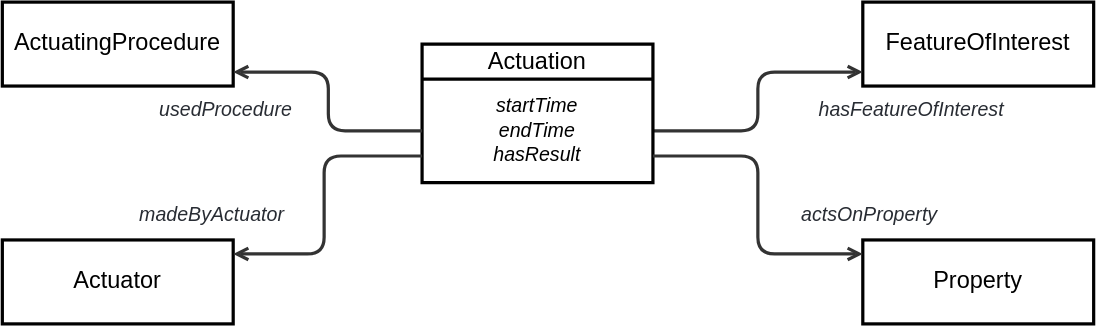
Above: ssn/images/Actuation-overview.svg in afeliachi/sdw-sosa-ssn (draw.io), before the change. Source tidied: cells renumbered, new cells last; positions are measured from the earlier drawing's top-left corner, leaving out a move shared by most shapes. Source of this version:
```xml
<mxGraphModel>
  <root>
    <mxCell id="0" />
    <mxCell id="1" parent="0" />
    <mxCell id="2" value="FeatureOfInterest" style="html=1;overflow=block;blockSpacing=1;whiteSpace=wrap;fontSize=16.8;align=center;spacing=0;strokeOpacity=100;fillColor=none;strokeWidth=2.3;" parent="1" vertex="1">
      <mxGeometry x="615" width="165" height="60" as="geometry" />
    </mxCell>
    <mxCell id="3" value="ActuatingProcedure" style="html=1;overflow=block;blockSpacing=1;whiteSpace=wrap;fontSize=16.8;align=center;spacing=0;strokeOpacity=100;fillColor=none;strokeWidth=2.3;" parent="1" vertex="1">
      <mxGeometry width="165" height="60" as="geometry" />
    </mxCell>
    <mxCell id="4" style="html=1;jettySize=18;whiteSpace=wrap;fontSize=13;strokeColor=#333333;strokeOpacity=100;strokeWidth=2.3;rounded=1;arcSize=24;edgeStyle=orthogonalEdgeStyle;startArrow=none;endArrow=open;lucidId=~07gIvk_i6wY;" parent="1" edge="1" source="7" target="2">
      <mxGeometry relative="1" as="geometry">
        <Array as="points">
          <mxPoint x="540" y="92" />
          <mxPoint x="540" y="50" />
        </Array>
      </mxGeometry>
    </mxCell>
    <mxCell id="5" value="&lt;font style=&quot;font-size: 14px;&quot;&gt;hasFeatureOfInterest&lt;/font&gt;" style="html=1;overflow=block;blockSpacing=1;whiteSpace=wrap;fontSize=15.2;fontColor=#282c33;fontStyle=2;align=center;spacing=0;strokeColor=none;strokeOpacity=100;fillOpacity=100;fillColor=none;strokeWidth=2.3;lucidId=o17gQQJ62XIS;" parent="1" vertex="1">
      <mxGeometry x="560" y="54" width="180" height="45" as="geometry" />
    </mxCell>
    <mxCell id="6" value="Actuation" style="html=1;overflow=block;blockSpacing=1;swimlane;horizontal=1;fontStyle=0;swimlaneFillColor=none;startSize=25;whiteSpace=wrap;fontSize=16.8;align=center;spacing=0;strokeOpacity=100;fillColor=none;strokeWidth=2.3;" parent="1" vertex="1">
      <mxGeometry x="300" y="30" width="165" height="99" as="geometry" />
    </mxCell>
    <mxCell id="7" value="&lt;div style=&quot;display: flex; justify-content: center; text-align: center; align-items: baseline; line-height: 1.25; margin-top: -2px;&quot;&gt;&lt;span style=&quot;font-style: italic;&quot;&gt;&lt;font style=&quot;font-size: 14px;&quot;&gt;startTime&lt;br&gt;&lt;/font&gt;&lt;/span&gt;&lt;/div&gt;&lt;div style=&quot;display: flex; justify-content: center; text-align: center; align-items: baseline; line-height: 1.25; margin-top: -2px;&quot;&gt;&lt;span&gt;&lt;span style=&quot;font-style: italic;&quot;&gt;&lt;font style=&quot;font-size: 14px;&quot;&gt;endTime&lt;br&gt;&lt;/font&gt;&lt;/span&gt;&lt;/span&gt;&lt;/div&gt;&lt;div style=&quot;display: flex; justify-content: center; text-align: center; align-items: baseline; line-height: 1.25; margin-top: -2px;&quot;&gt;&lt;span style=&quot;font-style: italic;&quot;&gt;&lt;font style=&quot;font-size: 14px;&quot;&gt;hasResult&lt;/font&gt;&lt;/span&gt;&lt;/div&gt;" style="html=1;strokeColor=none;fillColor=none;verticalAlign=middle;spacingLeft=4;spacingRight=4;overflow=hidden;points=[[0,0.5],[1,0.5]];portConstraint=eastwest;swimlaneFillColor=#unset;strokeOpacity=100;whiteSpace=wrap;fontSize=15.2;fontStyle=2;align=center;" parent="6" vertex="1">
      <mxGeometry y="25" width="165" height="74" as="geometry" />
    </mxCell>
    <mxCell id="8" value="Actuator" style="html=1;overflow=block;blockSpacing=1;whiteSpace=wrap;fontSize=16.8;align=center;spacing=0;strokeOpacity=100;fillColor=none;strokeWidth=2.3;" parent="1" vertex="1">
      <mxGeometry y="170" width="165" height="60" as="geometry" />
    </mxCell>
    <mxCell id="9" style="html=1;jettySize=18;whiteSpace=wrap;fontSize=13;strokeColor=#333333;strokeOpacity=100;strokeWidth=2.3;rounded=1;arcSize=24;edgeStyle=orthogonalEdgeStyle;startArrow=none;endArrow=open;lucidId=pEnhoM4dJrAu;" parent="1" edge="1" source="7" target="8">
      <mxGeometry relative="1" as="geometry">
        <Array as="points">
          <mxPoint x="230" y="110" />
          <mxPoint x="230" y="180" />
        </Array>
      </mxGeometry>
    </mxCell>
    <mxCell id="10" value="&lt;font style=&quot;font-size: 14px;&quot;&gt;madeByActuator&lt;/font&gt;" style="html=1;overflow=block;blockSpacing=1;whiteSpace=wrap;fontSize=15.2;fontColor=#282c33;fontStyle=2;align=center;spacing=0;strokeColor=none;strokeOpacity=100;fillOpacity=100;fillColor=none;strokeWidth=2.3;lucidId=REnh4P5LXUKC;" parent="1" vertex="1">
      <mxGeometry x="60" y="129" width="180" height="45" as="geometry" />
    </mxCell>
    <mxCell id="11" style="html=1;jettySize=18;whiteSpace=wrap;fontSize=13;strokeColor=#333333;strokeOpacity=100;strokeWidth=2.3;rounded=1;arcSize=24;edgeStyle=orthogonalEdgeStyle;startArrow=none;endArrow=open;lucidId=_EnhHLSaz8x5;" parent="1" edge="1" source="7" target="3">
      <mxGeometry relative="1" as="geometry">
        <Array as="points">
          <mxPoint x="233" y="92" />
          <mxPoint x="233" y="50" />
        </Array>
      </mxGeometry>
    </mxCell>
    <mxCell id="12" value="&lt;font style=&quot;font-size: 14px;&quot;&gt;usedProcedure&lt;/font&gt;" style="html=1;overflow=block;blockSpacing=1;whiteSpace=wrap;fontSize=15.2;fontColor=#282c33;fontStyle=2;align=center;spacing=0;strokeColor=none;strokeOpacity=100;fillOpacity=100;fillColor=none;strokeWidth=2.3;lucidId=pFnhXCzcV6r5;" parent="1" vertex="1">
      <mxGeometry x="70" y="54" width="180" height="45" as="geometry" />
    </mxCell>
    <mxCell id="13" value="Property" style="html=1;overflow=block;blockSpacing=1;whiteSpace=wrap;fontSize=16.8;align=center;spacing=0;strokeOpacity=100;fillColor=none;strokeWidth=2.3;" parent="1" vertex="1">
      <mxGeometry x="615" y="170" width="165" height="60" as="geometry" />
    </mxCell>
    <mxCell id="14" style="html=1;jettySize=18;whiteSpace=wrap;fontSize=13;strokeColor=#333333;strokeOpacity=100;strokeWidth=2.3;rounded=1;arcSize=24;edgeStyle=orthogonalEdgeStyle;startArrow=none;endArrow=open;lucidId=rHnhzhYCxNac;" parent="1" edge="1" source="7" target="13">
      <mxGeometry relative="1" as="geometry">
        <Array as="points">
          <mxPoint x="540" y="110" />
          <mxPoint x="540" y="180" />
        </Array>
      </mxGeometry>
    </mxCell>
    <mxCell id="15" value="&lt;font style=&quot;font-size: 14px;&quot;&gt;actsOnProperty&lt;/font&gt;" style="html=1;overflow=block;blockSpacing=1;whiteSpace=wrap;fontSize=15.2;fontColor=#282c33;fontStyle=2;align=center;spacing=0;strokeColor=none;strokeOpacity=100;fillOpacity=100;fillColor=none;strokeWidth=2.3;lucidId=uHnhI1piTKAt;" parent="1" vertex="1">
      <mxGeometry x="530" y="129" width="180" height="45" as="geometry" />
    </mxCell>
  </root>
</mxGraphModel>
```
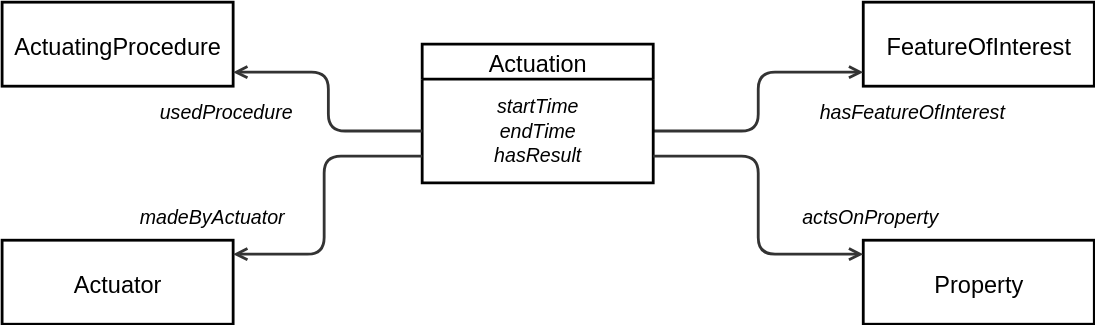
After the commit.

Diff of the diagram source:
```diff
@@ -2,13 +2,13 @@
   <root>
     <mxCell id="0" />
     <mxCell id="1" parent="0" />
-    <mxCell id="2" value="FeatureOfInterest" style="html=1;overflow=block;blockSpacing=1;whiteSpace=wrap;fontSize=16.8;align=center;spacing=0;strokeOpacity=100;fillColor=none;strokeWidth=2.3;" parent="1" vertex="1">
+    <mxCell id="2" value="FeatureOfInterest" style="html=1;overflow=block;blockSpacing=1;whiteSpace=wrap;fontSize=16.8;align=center;spacing=0;strokeOpacity=100;fillColor=none;strokeWidth=2;fontColor=default;convertToSvg=1;" parent="1" vertex="1">
       <mxGeometry x="615" width="165" height="60" as="geometry" />
     </mxCell>
-    <mxCell id="3" value="ActuatingProcedure" style="html=1;overflow=block;blockSpacing=1;whiteSpace=wrap;fontSize=16.8;align=center;spacing=0;strokeOpacity=100;fillColor=none;strokeWidth=2.3;" parent="1" vertex="1">
+    <mxCell id="3" value="ActuatingProcedure" style="html=1;overflow=block;blockSpacing=1;whiteSpace=wrap;fontSize=16.8;align=center;spacing=0;strokeOpacity=100;fillColor=none;strokeWidth=2;fontColor=default;convertToSvg=1;" parent="1" vertex="1">
       <mxGeometry width="165" height="60" as="geometry" />
     </mxCell>
-    <mxCell id="4" style="html=1;jettySize=18;whiteSpace=wrap;fontSize=13;strokeColor=#333333;strokeOpacity=100;strokeWidth=2.3;rounded=1;arcSize=24;edgeStyle=orthogonalEdgeStyle;startArrow=none;endArrow=open;lucidId=~07gIvk_i6wY;" parent="1" edge="1" source="7" target="2">
+    <mxCell id="4" style="html=1;jettySize=18;whiteSpace=wrap;fontSize=13;strokeColor=#333333;strokeOpacity=100;strokeWidth=2;rounded=1;arcSize=24;edgeStyle=orthogonalEdgeStyle;startArrow=none;endArrow=open;lucidId=~07gIvk_i6wY;fontColor=default;convertToSvg=1;" parent="1" edge="1" source="7" target="2">
       <mxGeometry relative="1" as="geometry">
         <Array as="points">
           <mxPoint x="540" y="92" />
@@ -16,19 +16,19 @@
         </Array>
       </mxGeometry>
     </mxCell>
-    <mxCell id="5" value="&lt;font style=&quot;font-size: 14px;&quot;&gt;hasFeatureOfInterest&lt;/font&gt;" style="html=1;overflow=block;blockSpacing=1;whiteSpace=wrap;fontSize=15.2;fontColor=#282c33;fontStyle=2;align=center;spacing=0;strokeColor=none;strokeOpacity=100;fillOpacity=100;fillColor=none;strokeWidth=2.3;lucidId=o17gQQJ62XIS;" parent="1" vertex="1">
+    <mxCell id="5" value="&lt;font style=&quot;font-size: 14px;&quot;&gt;hasFeatureOfInterest&lt;/font&gt;" style="html=1;overflow=block;blockSpacing=1;whiteSpace=wrap;fontSize=15.2;fontColor=default;fontStyle=2;align=center;spacing=0;strokeColor=none;strokeOpacity=100;fillOpacity=100;fillColor=none;strokeWidth=2;lucidId=o17gQQJ62XIS;convertToSvg=1;" parent="1" vertex="1">
       <mxGeometry x="560" y="54" width="180" height="45" as="geometry" />
     </mxCell>
-    <mxCell id="6" value="Actuation" style="html=1;overflow=block;blockSpacing=1;swimlane;horizontal=1;fontStyle=0;swimlaneFillColor=none;startSize=25;whiteSpace=wrap;fontSize=16.8;align=center;spacing=0;strokeOpacity=100;fillColor=none;strokeWidth=2.3;" parent="1" vertex="1">
+    <mxCell id="6" value="Actuation" style="html=1;overflow=block;blockSpacing=1;swimlane;horizontal=1;fontStyle=0;swimlaneFillColor=none;startSize=25;whiteSpace=wrap;fontSize=16.8;align=center;spacing=0;strokeOpacity=100;fillColor=none;strokeWidth=2;fontColor=default;convertToSvg=1;" parent="1" vertex="1">
       <mxGeometry x="300" y="30" width="165" height="99" as="geometry" />
     </mxCell>
-    <mxCell id="7" value="&lt;div style=&quot;display: flex; justify-content: center; text-align: center; align-items: baseline; line-height: 1.25; margin-top: -2px;&quot;&gt;&lt;span style=&quot;font-style: italic;&quot;&gt;&lt;font style=&quot;font-size: 14px;&quot;&gt;startTime&lt;br&gt;&lt;/font&gt;&lt;/span&gt;&lt;/div&gt;&lt;div style=&quot;display: flex; justify-content: center; text-align: center; align-items: baseline; line-height: 1.25; margin-top: -2px;&quot;&gt;&lt;span&gt;&lt;span style=&quot;font-style: italic;&quot;&gt;&lt;font style=&quot;font-size: 14px;&quot;&gt;endTime&lt;br&gt;&lt;/font&gt;&lt;/span&gt;&lt;/span&gt;&lt;/div&gt;&lt;div style=&quot;display: flex; justify-content: center; text-align: center; align-items: baseline; line-height: 1.25; margin-top: -2px;&quot;&gt;&lt;span style=&quot;font-style: italic;&quot;&gt;&lt;font style=&quot;font-size: 14px;&quot;&gt;hasResult&lt;/font&gt;&lt;/span&gt;&lt;/div&gt;" style="html=1;strokeColor=none;fillColor=none;verticalAlign=middle;spacingLeft=4;spacingRight=4;overflow=hidden;points=[[0,0.5],[1,0.5]];portConstraint=eastwest;swimlaneFillColor=#unset;strokeOpacity=100;whiteSpace=wrap;fontSize=15.2;fontStyle=2;align=center;" parent="6" vertex="1">
+    <mxCell id="7" value="&lt;div style=&quot;display: flex; justify-content: center; text-align: center; align-items: baseline; line-height: 1.25; margin-top: -2px;&quot;&gt;&lt;span style=&quot;font-style: italic;&quot;&gt;&lt;font style=&quot;font-size: 14px;&quot;&gt;startTime&lt;br&gt;&lt;/font&gt;&lt;/span&gt;&lt;/div&gt;&lt;div style=&quot;display: flex; justify-content: center; text-align: center; align-items: baseline; line-height: 1.25; margin-top: -2px;&quot;&gt;&lt;span&gt;&lt;span style=&quot;font-style: italic;&quot;&gt;&lt;font style=&quot;font-size: 14px;&quot;&gt;endTime&lt;br&gt;&lt;/font&gt;&lt;/span&gt;&lt;/span&gt;&lt;/div&gt;&lt;div style=&quot;display: flex; justify-content: center; text-align: center; align-items: baseline; line-height: 1.25; margin-top: -2px;&quot;&gt;&lt;span style=&quot;font-style: italic;&quot;&gt;&lt;font style=&quot;font-size: 14px;&quot;&gt;hasResult&lt;/font&gt;&lt;/span&gt;&lt;/div&gt;" style="html=1;strokeColor=none;fillColor=none;verticalAlign=middle;spacingLeft=4;spacingRight=4;overflow=hidden;points=[[0,0.5],[1,0.5]];portConstraint=eastwest;swimlaneFillColor=#unset;strokeOpacity=100;whiteSpace=wrap;fontSize=15.2;fontStyle=2;align=center;fontColor=default;convertToSvg=1;strokeWidth=2;" parent="6" vertex="1">
       <mxGeometry y="25" width="165" height="74" as="geometry" />
     </mxCell>
-    <mxCell id="8" value="Actuator" style="html=1;overflow=block;blockSpacing=1;whiteSpace=wrap;fontSize=16.8;align=center;spacing=0;strokeOpacity=100;fillColor=none;strokeWidth=2.3;" parent="1" vertex="1">
+    <mxCell id="8" value="Actuator" style="html=1;overflow=block;blockSpacing=1;whiteSpace=wrap;fontSize=16.8;align=center;spacing=0;strokeOpacity=100;fillColor=none;strokeWidth=2;fontColor=default;convertToSvg=1;" parent="1" vertex="1">
       <mxGeometry y="170" width="165" height="60" as="geometry" />
     </mxCell>
-    <mxCell id="9" style="html=1;jettySize=18;whiteSpace=wrap;fontSize=13;strokeColor=#333333;strokeOpacity=100;strokeWidth=2.3;rounded=1;arcSize=24;edgeStyle=orthogonalEdgeStyle;startArrow=none;endArrow=open;lucidId=pEnhoM4dJrAu;" parent="1" edge="1" source="7" target="8">
+    <mxCell id="9" style="html=1;jettySize=18;whiteSpace=wrap;fontSize=13;strokeColor=#333333;strokeOpacity=100;strokeWidth=2;rounded=1;arcSize=24;edgeStyle=orthogonalEdgeStyle;startArrow=none;endArrow=open;lucidId=pEnhoM4dJrAu;fontColor=default;convertToSvg=1;" parent="1" edge="1" source="7" target="8">
       <mxGeometry relative="1" as="geometry">
         <Array as="points">
           <mxPoint x="230" y="110" />
@@ -36,10 +36,10 @@
         </Array>
       </mxGeometry>
     </mxCell>
-    <mxCell id="10" value="&lt;font style=&quot;font-size: 14px;&quot;&gt;madeByActuator&lt;/font&gt;" style="html=1;overflow=block;blockSpacing=1;whiteSpace=wrap;fontSize=15.2;fontColor=#282c33;fontStyle=2;align=center;spacing=0;strokeColor=none;strokeOpacity=100;fillOpacity=100;fillColor=none;strokeWidth=2.3;lucidId=REnh4P5LXUKC;" parent="1" vertex="1">
+    <mxCell id="10" value="&lt;font style=&quot;font-size: 14px;&quot;&gt;madeByActuator&lt;/font&gt;" style="html=1;overflow=block;blockSpacing=1;whiteSpace=wrap;fontSize=15.2;fontColor=default;fontStyle=2;align=center;spacing=0;strokeColor=none;strokeOpacity=100;fillOpacity=100;fillColor=none;strokeWidth=2;lucidId=REnh4P5LXUKC;convertToSvg=1;" parent="1" vertex="1">
       <mxGeometry x="60" y="129" width="180" height="45" as="geometry" />
     </mxCell>
-    <mxCell id="11" style="html=1;jettySize=18;whiteSpace=wrap;fontSize=13;strokeColor=#333333;strokeOpacity=100;strokeWidth=2.3;rounded=1;arcSize=24;edgeStyle=orthogonalEdgeStyle;startArrow=none;endArrow=open;lucidId=_EnhHLSaz8x5;" parent="1" edge="1" source="7" target="3">
+    <mxCell id="11" style="html=1;jettySize=18;whiteSpace=wrap;fontSize=13;strokeColor=#333333;strokeOpacity=100;strokeWidth=2;rounded=1;arcSize=24;edgeStyle=orthogonalEdgeStyle;startArrow=none;endArrow=open;lucidId=_EnhHLSaz8x5;fontColor=default;convertToSvg=1;" parent="1" edge="1" source="7" target="3">
       <mxGeometry relative="1" as="geometry">
         <Array as="points">
           <mxPoint x="233" y="92" />
@@ -47,13 +47,13 @@
         </Array>
       </mxGeometry>
     </mxCell>
-    <mxCell id="12" value="&lt;font style=&quot;font-size: 14px;&quot;&gt;usedProcedure&lt;/font&gt;" style="html=1;overflow=block;blockSpacing=1;whiteSpace=wrap;fontSize=15.2;fontColor=#282c33;fontStyle=2;align=center;spacing=0;strokeColor=none;strokeOpacity=100;fillOpacity=100;fillColor=none;strokeWidth=2.3;lucidId=pFnhXCzcV6r5;" parent="1" vertex="1">
+    <mxCell id="12" value="&lt;font style=&quot;font-size: 14px;&quot;&gt;usedProcedure&lt;/font&gt;" style="html=1;overflow=block;blockSpacing=1;whiteSpace=wrap;fontSize=15.2;fontColor=default;fontStyle=2;align=center;spacing=0;strokeColor=none;strokeOpacity=100;fillOpacity=100;fillColor=none;strokeWidth=2;lucidId=pFnhXCzcV6r5;convertToSvg=1;" parent="1" vertex="1">
       <mxGeometry x="70" y="54" width="180" height="45" as="geometry" />
     </mxCell>
-    <mxCell id="13" value="Property" style="html=1;overflow=block;blockSpacing=1;whiteSpace=wrap;fontSize=16.8;align=center;spacing=0;strokeOpacity=100;fillColor=none;strokeWidth=2.3;" parent="1" vertex="1">
+    <mxCell id="13" value="Property" style="html=1;overflow=block;blockSpacing=1;whiteSpace=wrap;fontSize=16.8;align=center;spacing=0;strokeOpacity=100;fillColor=none;strokeWidth=2;fontColor=default;convertToSvg=1;" parent="1" vertex="1">
       <mxGeometry x="615" y="170" width="165" height="60" as="geometry" />
     </mxCell>
-    <mxCell id="14" style="html=1;jettySize=18;whiteSpace=wrap;fontSize=13;strokeColor=#333333;strokeOpacity=100;strokeWidth=2.3;rounded=1;arcSize=24;edgeStyle=orthogonalEdgeStyle;startArrow=none;endArrow=open;lucidId=rHnhzhYCxNac;" parent="1" edge="1" source="7" target="13">
+    <mxCell id="14" style="html=1;jettySize=18;whiteSpace=wrap;fontSize=13;strokeColor=#333333;strokeOpacity=100;strokeWidth=2;rounded=1;arcSize=24;edgeStyle=orthogonalEdgeStyle;startArrow=none;endArrow=open;lucidId=rHnhzhYCxNac;fontColor=default;convertToSvg=1;" parent="1" edge="1" source="7" target="13">
       <mxGeometry relative="1" as="geometry">
         <Array as="points">
           <mxPoint x="540" y="110" />
@@ -61,7 +61,7 @@
         </Array>
       </mxGeometry>
     </mxCell>
-    <mxCell id="15" value="&lt;font style=&quot;font-size: 14px;&quot;&gt;actsOnProperty&lt;/font&gt;" style="html=1;overflow=block;blockSpacing=1;whiteSpace=wrap;fontSize=15.2;fontColor=#282c33;fontStyle=2;align=center;spacing=0;strokeColor=none;strokeOpacity=100;fillOpacity=100;fillColor=none;strokeWidth=2.3;lucidId=uHnhI1piTKAt;" parent="1" vertex="1">
+    <mxCell id="15" value="&lt;font style=&quot;font-size: 14px;&quot;&gt;actsOnProperty&lt;/font&gt;" style="html=1;overflow=block;blockSpacing=1;whiteSpace=wrap;fontSize=15.2;fontColor=default;fontStyle=2;align=center;spacing=0;strokeColor=none;strokeOpacity=100;fillOpacity=100;fillColor=none;strokeWidth=2;lucidId=uHnhI1piTKAt;convertToSvg=1;" parent="1" vertex="1">
       <mxGeometry x="530" y="129" width="180" height="45" as="geometry" />
     </mxCell>
   </root>
```
